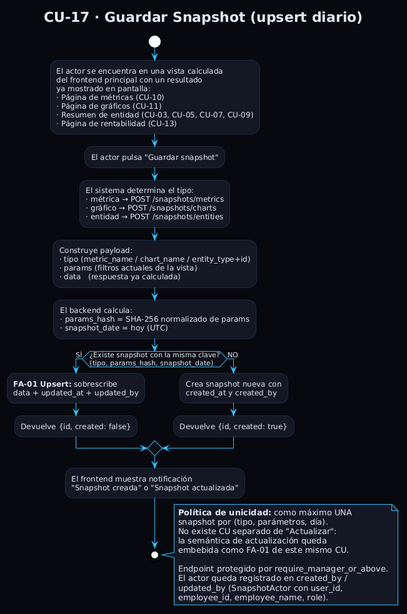
This is Estudiantes/cesar-garcia-eguiguren/Capítulo-2/imagenes/CdU/flujoCU17.png from ceesargaarcia/GII-TFG-2026, a PlantUML export, as it was before one commit.
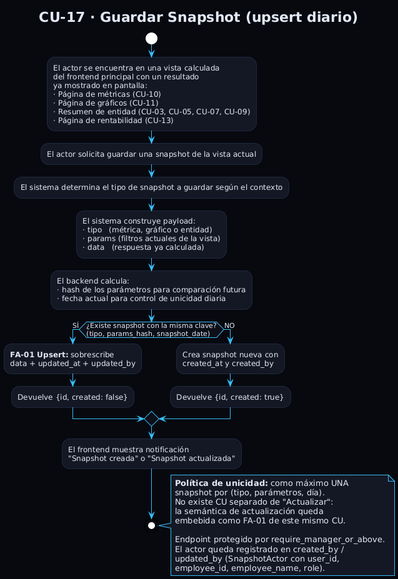
After the commit.

Diff of the diagram source:
```diff
@@ -21,21 +21,17 @@
 · Resumen de entidad (CU-03, CU-05, CU-07, CU-09)
 · Página de rentabilidad (CU-13);
 
-:El actor pulsa "Guardar snapshot";
+:El actor solicita guardar una snapshot de la vista actual;
 
-:El sistema determina el tipo:
-· métrica → POST /snapshots/metrics
-· gráfico → POST /snapshots/charts
-· entidad → POST /snapshots/entities;
-
-:Construye payload:
-· tipo (metric_name / chart_name / entity_type+id)
+:El sistema determina el tipo de snapshot a guardar según el contexto;
+:El sistema construye payload:
+· tipo   (métrica, gráfico o entidad)
 · params (filtros actuales de la vista)
 · data   (respuesta ya calculada);
 
 :El backend calcula:
-· params_hash = SHA-256 normalizado de params
-· snapshot_date = hoy (UTC);
+· hash de los parámetros para comparación futura
+· fecha actual para control de unicidad diaria;
 
 if (¿Existe snapshot con la misma clave?\n(tipo, params_hash, snapshot_date)) then (SÍ)
   :**FA-01 Upsert:** sobrescribe
```
